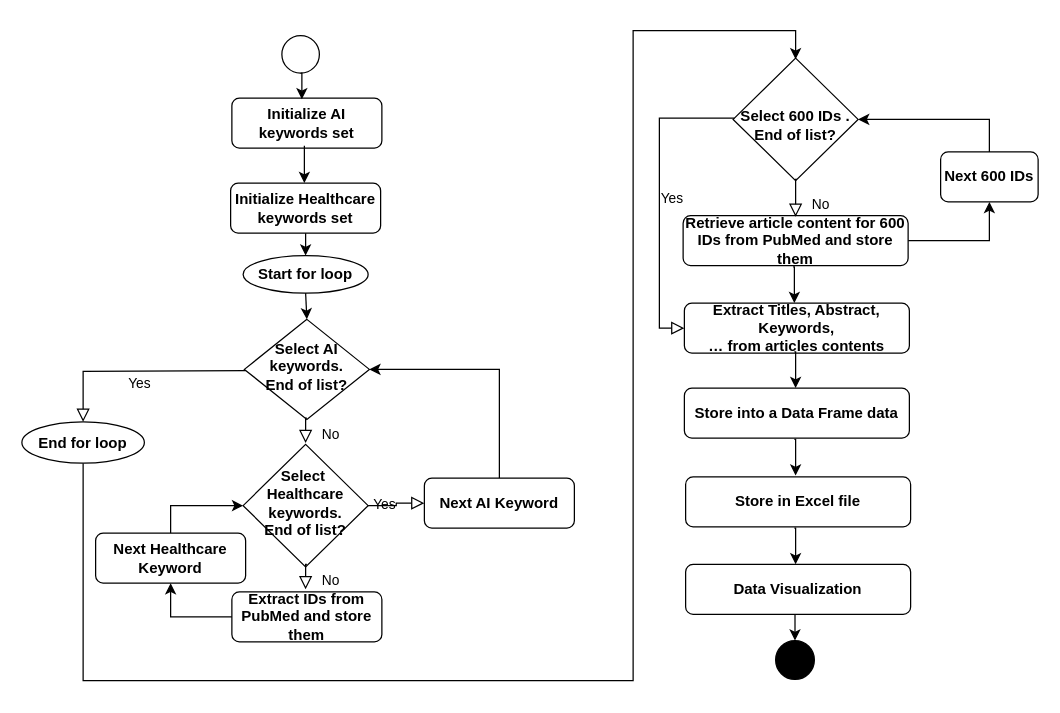
ngendajo/exercises keeps this draw.io diagram as f;owchart.drawio. Above is the earlier version. Source tidied: cells renumbered, new cells numbered last; positions are measured from the earlier drawing's top-left corner, leaving out a move shared by most shapes. Both pictures are drawn from the tidied source at 125%, with x=0, y=0 at pixel (21, 30).
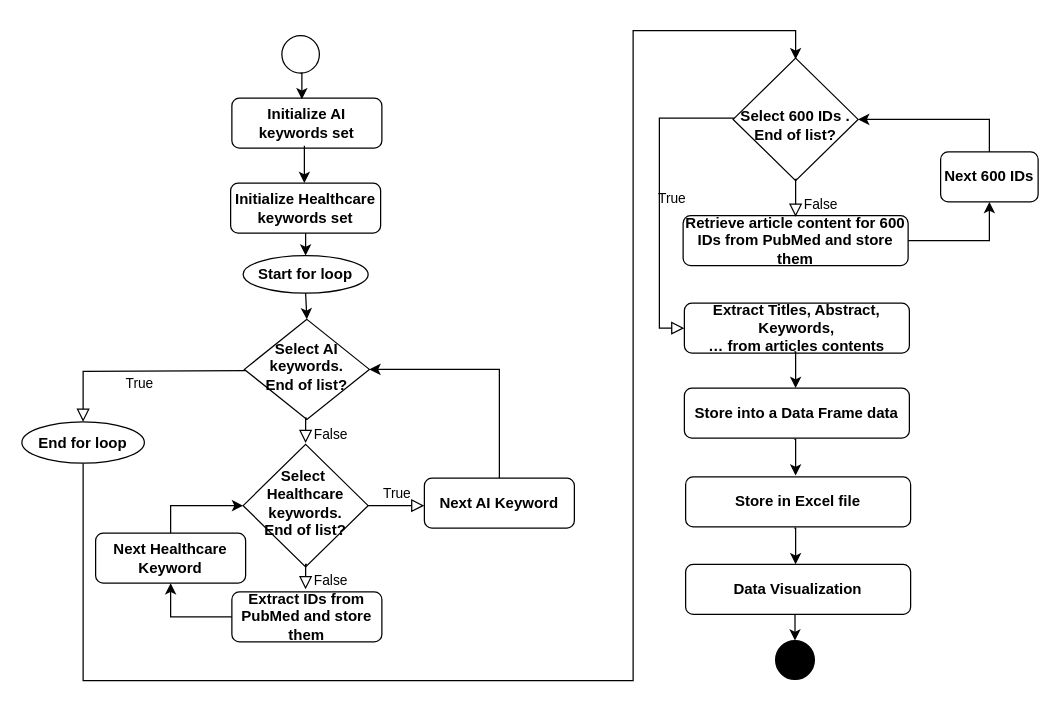
Above is the later version.

The change refers to these unchanged cells:
```xml
<mxCell id="5" value="&lt;p style=&quot;margin-top: 0pt; margin-bottom: 0pt; margin-left: 0in; direction: ltr; unicode-bidi: embed; word-break: normal;&quot;&gt;&lt;span style=&quot;font-family: Calibri; font-weight: bold;&quot;&gt;&lt;font style=&quot;font-size: 12px;&quot;&gt;Select&amp;nbsp;&lt;/font&gt;&lt;/span&gt;&lt;/p&gt;&lt;p style=&quot;margin-top: 0pt; margin-bottom: 0pt; margin-left: 0in; direction: ltr; unicode-bidi: embed; word-break: normal;&quot;&gt;&lt;span style=&quot;font-family: Calibri; font-weight: bold;&quot;&gt;&lt;font style=&quot;font-size: 12px;&quot;&gt;Healthcare keywords.&lt;/font&gt;&lt;/span&gt;&lt;/p&gt;&lt;p style=&quot;margin-top: 0pt; margin-bottom: 0pt; margin-left: 0in; direction: ltr; unicode-bidi: embed; word-break: normal;&quot;&gt;&lt;span style=&quot;font-family: Calibri; font-weight: bold;&quot;&gt;&lt;font style=&quot;font-size: 12px;&quot;&gt;End of list?&lt;/font&gt;&lt;/span&gt;&lt;/p&gt;" style="rhombus;whiteSpace=wrap;html=1;shadow=0;fontFamily=Helvetica;fontSize=12;align=center;strokeWidth=1;spacing=6;spacingTop=-4;" parent="1" vertex="1">
  <mxGeometry x="177" y="331" width="100" height="98" as="geometry" />
</mxCell>
<mxCell id="8" value="&lt;p style=&quot;margin-top: 0pt; margin-bottom: 0pt; margin-left: 0in; direction: ltr; unicode-bidi: embed; word-break: normal;&quot;&gt;&lt;span style=&quot;font-family: Calibri; font-weight: bold;&quot;&gt;&lt;font style=&quot;font-size: 12px;&quot;&gt;Next AI Keyword&lt;/font&gt;&lt;/span&gt;&lt;/p&gt;" style="rounded=1;whiteSpace=wrap;html=1;fontSize=12;glass=0;strokeWidth=1;shadow=0;" parent="1" vertex="1">
  <mxGeometry x="322" y="358" width="120" height="40" as="geometry" />
</mxCell>
<mxCell id="22" value="&lt;p style=&quot;language:en-US;margin-top:0pt;margin-bottom:0pt;margin-left:0in;&lt;br/&gt;text-align:left;direction:ltr;unicode-bidi:embed;mso-line-break-override:none;&lt;br/&gt;word-break:normal;punctuation-wrap:hanging&quot;&gt;&lt;span style=&quot;font-family: Calibri;&quot;&gt;&lt;b style=&quot;&quot;&gt;&lt;font style=&quot;font-size: 12px;&quot;&gt;End for loop&lt;/font&gt;&lt;/b&gt;&lt;/span&gt;&lt;/p&gt;" style="ellipse;whiteSpace=wrap;html=1;" parent="1" vertex="1">
  <mxGeometry y="313" width="98" height="33" as="geometry" />
</mxCell>
<mxCell id="24" value="&lt;p style=&quot;margin-top: 0pt; margin-bottom: 0pt; margin-left: 0in; direction: ltr; unicode-bidi: embed; word-break: normal;&quot;&gt;&lt;span style=&quot;font-family: Calibri; font-weight: bold;&quot;&gt;&lt;font style=&quot;font-size: 12px;&quot;&gt;&lt;br&gt;&lt;/font&gt;&lt;/span&gt;&lt;/p&gt;&lt;p style=&quot;margin-top: 0pt; margin-bottom: 0pt; margin-left: 0in; direction: ltr; unicode-bidi: embed; word-break: normal;&quot;&gt;&lt;span style=&quot;font-family: Calibri; font-weight: bold;&quot;&gt;&lt;font style=&quot;font-size: 12px;&quot;&gt;Select 600 IDs .&lt;/font&gt;&lt;/span&gt;&lt;/p&gt;&lt;p style=&quot;margin-top: 0pt; margin-bottom: 0pt; margin-left: 0in; direction: ltr; unicode-bidi: embed; word-break: normal;&quot;&gt;&lt;span style=&quot;font-family: Calibri; font-weight: bold; background-color: initial;&quot;&gt;End of list?&lt;/span&gt;&lt;br&gt;&lt;/p&gt;" style="rhombus;whiteSpace=wrap;html=1;shadow=0;fontFamily=Helvetica;fontSize=12;align=center;strokeWidth=1;spacing=6;spacingTop=-4;" parent="1" vertex="1">
  <mxGeometry x="569" y="22" width="100" height="98" as="geometry" />
</mxCell>
<mxCell id="32" value="&lt;p style=&quot;margin-top: 0pt; margin-bottom: 0pt; margin-left: 0in; direction: ltr; unicode-bidi: embed; word-break: normal;&quot;&gt;&lt;span style=&quot;font-family: Calibri; font-weight: bold;&quot;&gt;&lt;font style=&quot;font-size: 12px;&quot;&gt;Extract Titles, Abstract, Keywords,&lt;br/&gt;… from articles contents&lt;/font&gt;&lt;/span&gt;&lt;/p&gt;" style="rounded=1;whiteSpace=wrap;html=1;fontSize=12;glass=0;strokeWidth=1;shadow=0;" parent="1" vertex="1">
  <mxGeometry x="530" y="218" width="180" height="40" as="geometry" />
</mxCell>
```

What changed in the source:
```diff
@@
-    <mxCell id="4" value="Yes" style="edgeStyle=orthogonalEdgeStyle;rounded=0;html=1;jettySize=auto;fontSize=11;endArrow=block;endFill=0;endSize=8;strokeWidth=1;shadow=0;labelBackgroundColor=none;" parent="1" edge="1" source="5" target="8">
-      <mxGeometry y="10" relative="1" as="geometry" />
+    <mxCell id="4" value="True" style="edgeStyle=orthogonalEdgeStyle;rounded=0;html=1;jettySize=auto;fontSize=11;endArrow=block;endFill=0;endSize=8;strokeWidth=1;shadow=0;labelBackgroundColor=none;" parent="1" edge="1" source="5" target="8">
+      <mxGeometry y="10" relative="1" as="geometry">
+        <Array as="points">
+          <mxPoint x="312" y="380" />
+          <mxPoint x="312" y="380" />
+        </Array>
+      </mxGeometry>
     </mxCell>
@@
-    <mxCell id="16" value="No" style="rounded=0;html=1;jettySize=auto;orthogonalLoop=1;fontSize=11;endArrow=block;endFill=0;endSize=8;strokeWidth=1;shadow=0;labelBackgroundColor=none;edgeStyle=orthogonalEdgeStyle;" parent="1" edge="1">
+    <mxCell id="16" value="False" style="rounded=0;html=1;jettySize=auto;orthogonalLoop=1;fontSize=11;endArrow=block;endFill=0;endSize=8;strokeWidth=1;shadow=0;labelBackgroundColor=none;edgeStyle=orthogonalEdgeStyle;" parent="1" edge="1">
       <mxGeometry x="0.33" y="20" relative="1" as="geometry">
         <mxPoint x="228" y="310" as="sourcePoint" />
         <mxPoint x="227" y="330" as="targetPoint" />
       </mxGeometry>
     </mxCell>
@@
-    <mxCell id="19" value="No" style="rounded=0;html=1;jettySize=auto;orthogonalLoop=1;fontSize=11;endArrow=block;endFill=0;endSize=8;strokeWidth=1;shadow=0;labelBackgroundColor=none;edgeStyle=orthogonalEdgeStyle;" parent="1" edge="1">
+    <mxCell id="19" value="False" style="rounded=0;html=1;jettySize=auto;orthogonalLoop=1;fontSize=11;endArrow=block;endFill=0;endSize=8;strokeWidth=1;shadow=0;labelBackgroundColor=none;edgeStyle=orthogonalEdgeStyle;" parent="1" edge="1">
       <mxGeometry x="0.33" y="20" relative="1" as="geometry">
         <mxPoint x="228" y="427" as="sourcePoint" />
         <mxPoint x="227" y="447" as="targetPoint" />
       </mxGeometry>
     </mxCell>
@@
-    <mxCell id="23" value="Yes" style="edgeStyle=orthogonalEdgeStyle;rounded=0;html=1;jettySize=auto;fontSize=11;endArrow=block;endFill=0;endSize=8;strokeWidth=1;shadow=0;labelBackgroundColor=none;entryX=0.5;entryY=0;entryDx=0;entryDy=0;" parent="1" edge="1" target="22">
+    <mxCell id="23" value="True" style="edgeStyle=orthogonalEdgeStyle;rounded=0;html=1;jettySize=auto;fontSize=11;endArrow=block;endFill=0;endSize=8;strokeWidth=1;shadow=0;labelBackgroundColor=none;entryX=0.5;entryY=0;entryDx=0;entryDy=0;" parent="1" edge="1" target="22">
       <mxGeometry y="10" relative="1" as="geometry">
         <mxPoint x="179" y="272" as="sourcePoint" />
       </mxGeometry>
     </mxCell>
@@
-    <mxCell id="29" style="edgeStyle=orthogonalEdgeStyle;rounded=0;orthogonalLoop=1;jettySize=auto;html=1;exitX=0.5;exitY=1;exitDx=0;exitDy=0;entryX=0.5;entryY=0;entryDx=0;entryDy=0;" parent="1" edge="1">
-      <mxGeometry relative="1" as="geometry">
-        <mxPoint x="617" y="189" as="sourcePoint" />
-        <mxPoint x="618" y="218" as="targetPoint" />
-      </mxGeometry>
-    </mxCell>
@@
-    <mxCell id="31" value="No" style="rounded=0;html=1;jettySize=auto;orthogonalLoop=1;fontSize=11;endArrow=block;endFill=0;endSize=8;strokeWidth=1;shadow=0;labelBackgroundColor=none;edgeStyle=orthogonalEdgeStyle;entryX=0.5;entryY=0;entryDx=0;entryDy=0;" parent="1" edge="1">
+    <mxCell id="31" value="False" style="rounded=0;html=1;jettySize=auto;orthogonalLoop=1;fontSize=11;endArrow=block;endFill=0;endSize=8;strokeWidth=1;shadow=0;labelBackgroundColor=none;edgeStyle=orthogonalEdgeStyle;entryX=0.5;entryY=0;entryDx=0;entryDy=0;" parent="1" edge="1">
       <mxGeometry x="0.33" y="20" relative="1" as="geometry">
         <mxPoint x="620" y="119" as="sourcePoint" />
         <mxPoint x="619" y="149" as="targetPoint" />
       </mxGeometry>
     </mxCell>
@@
-    <mxCell id="33" value="Yes" style="edgeStyle=orthogonalEdgeStyle;rounded=0;html=1;jettySize=auto;fontSize=11;endArrow=block;endFill=0;endSize=8;strokeWidth=1;shadow=0;labelBackgroundColor=none;entryX=0;entryY=0.5;entryDx=0;entryDy=0;" parent="1" edge="1" source="24" target="32">
+    <mxCell id="33" value="True" style="edgeStyle=orthogonalEdgeStyle;rounded=0;html=1;jettySize=auto;fontSize=11;endArrow=block;endFill=0;endSize=8;strokeWidth=1;shadow=0;labelBackgroundColor=none;entryX=0;entryY=0.5;entryDx=0;entryDy=0;" parent="1" edge="1" source="24" target="32">
       <mxGeometry y="10" relative="1" as="geometry">
         <Array as="points">
           <mxPoint x="510" y="70" />
           <mxPoint x="510" y="238" />
         </Array>
       </mxGeometry>
     </mxCell>
```
